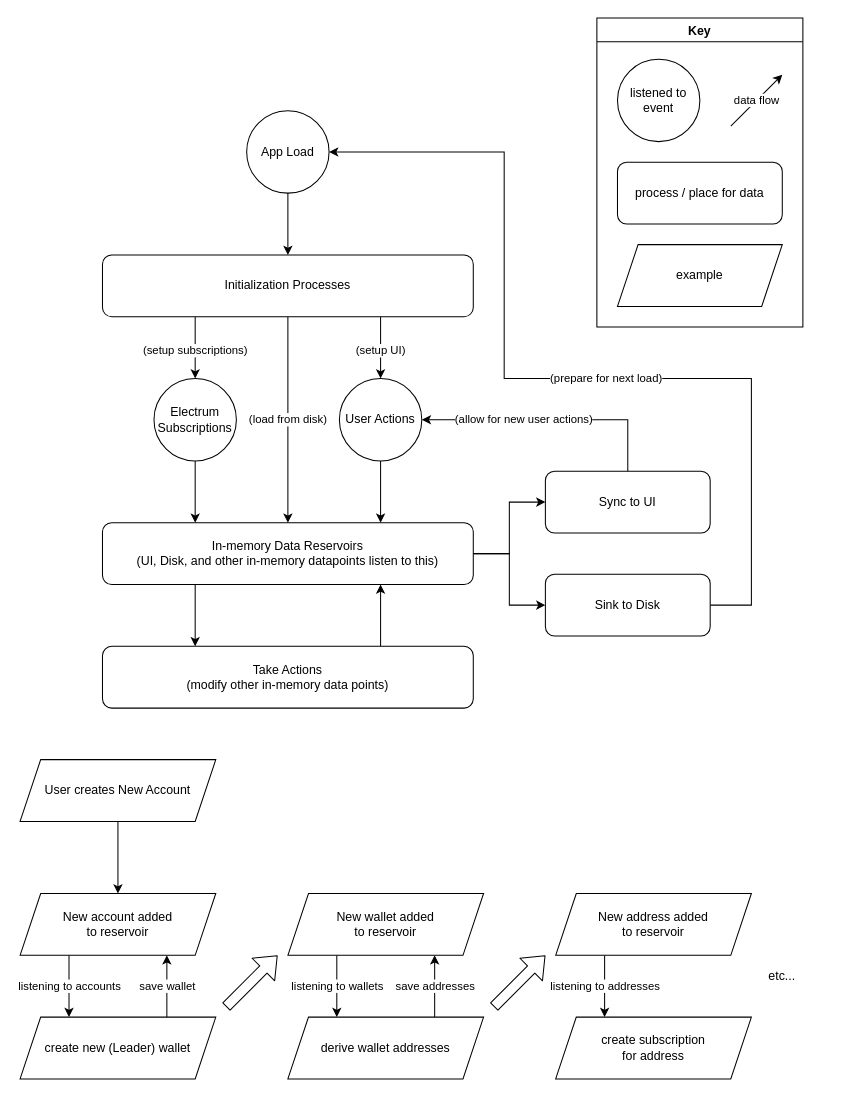
The draw.io diagram raven_back/docs/diagrams/reactive concept.drawio in moontreeapp/moontree, before the edit. Source tidied: cells renumbered, new cells numbered last; positions are measured from the earlier drawing's top-left corner, leaving out a move shared by most shapes. Both pictures are drawn from the tidied source at 103%, with x=0, y=0 at pixel (20, 18).
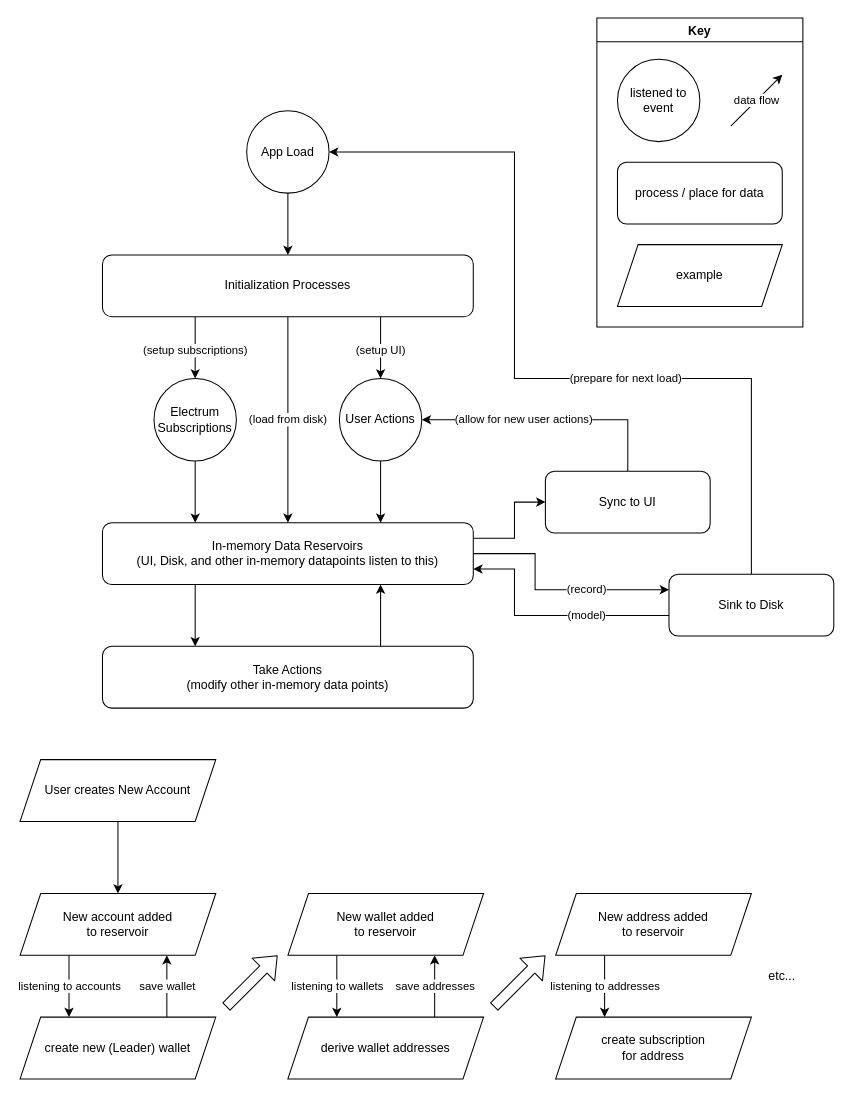
The same diagram, later.

The change refers to these unchanged cells:
```xml
<mxCell id="5" value="App Load" style="ellipse;whiteSpace=wrap;html=1;" parent="1" vertex="1">
  <mxGeometry x="220" y="90" width="80" height="80" as="geometry" />
</mxCell>
<mxCell id="11" value="In-memory Data Reservoirs&lt;br&gt;(UI, Disk, and other in-memory datapoints listen to this)" style="rounded=1;whiteSpace=wrap;html=1;" parent="1" vertex="1">
  <mxGeometry x="80" y="490" width="360" height="60" as="geometry" />
</mxCell>
<mxCell id="17" value="Sync to UI" style="whiteSpace=wrap;html=1;rounded=1;" parent="1" vertex="1">
  <mxGeometry x="510" y="440" width="160" height="60" as="geometry" />
</mxCell>
```

What changed in the source:
```diff
@@
-    <mxCell id="8" style="edgeStyle=orthogonalEdgeStyle;rounded=0;jettySize=auto;html=1;" parent="1" edge="1" source="11" target="13">
-      <mxGeometry relative="1" as="geometry" />
+    <mxCell id="8" value="(record)" style="edgeStyle=orthogonalEdgeStyle;rounded=0;jettySize=auto;html=1;entryX=0;entryY=0.25;entryDx=0;entryDy=0;" parent="1" edge="1" source="11" target="13">
+      <mxGeometry x="0.29" relative="1" as="geometry">
+        <Array as="points">
+          <mxPoint x="500" y="520" />
+          <mxPoint x="500" y="555" />
+        </Array>
+      </mxGeometry>
     </mxCell>
-    <mxCell id="9" style="edgeStyle=orthogonalEdgeStyle;rounded=0;jettySize=auto;html=1;entryX=0;entryY=0.5;entryDx=0;entryDy=0;" parent="1" edge="1" source="11" target="17">
-      <mxGeometry relative="1" as="geometry" />
+    <mxCell id="9" style="edgeStyle=orthogonalEdgeStyle;rounded=0;jettySize=auto;html=1;entryX=0;entryY=0.5;entryDx=0;entryDy=0;exitX=1;exitY=0.25;exitDx=0;exitDy=0;" parent="1" edge="1" source="11" target="17">
+      <mxGeometry relative="1" as="geometry">
+        <Array as="points">
+          <mxPoint x="480" y="505" />
+          <mxPoint x="480" y="470" />
+        </Array>
+      </mxGeometry>
     </mxCell>
@@
-    <mxCell id="12" value="(prepare for next load)" style="edgeStyle=orthogonalEdgeStyle;rounded=0;jettySize=auto;html=1;entryX=1;entryY=0.5;entryDx=0;entryDy=0;exitX=1;exitY=0.5;exitDx=0;exitDy=0;" parent="1" edge="1" source="13" target="5">
-      <mxGeometry x="-0.1" relative="1" as="geometry">
+    <mxCell id="12" value="(prepare for next load)" style="edgeStyle=orthogonalEdgeStyle;rounded=0;jettySize=auto;html=1;entryX=1;entryY=0.5;entryDx=0;entryDy=0;exitX=0.5;exitY=0;exitDx=0;exitDy=0;" parent="1" edge="1" source="13" target="5">
+      <mxGeometry x="-0.24" relative="1" as="geometry">
         <Array as="points">
-          <mxPoint x="710" y="570" />
           <mxPoint x="710" y="350" />
-          <mxPoint x="470" y="350" />
-          <mxPoint x="470" y="130" />
+          <mxPoint x="480" y="350" />
+          <mxPoint x="480" y="130" />
         </Array>
       </mxGeometry>
     </mxCell>
+    <mxCell id="43" value="(model)" style="edgeStyle=orthogonalEdgeStyle;rounded=0;jettySize=auto;html=1;entryX=1;entryY=0.75;entryDx=0;entryDy=0;" parent="1" edge="1" source="13" target="11">
+      <mxGeometry x="-0.32" relative="1" as="geometry">
+        <Array as="points">
+          <mxPoint x="480" y="580" />
+          <mxPoint x="480" y="535" />
+        </Array>
+      </mxGeometry>
+    </mxCell>
     <mxCell id="13" value="Sink to Disk" style="rounded=1;whiteSpace=wrap;html=1;" parent="1" vertex="1">
-      <mxGeometry x="510" y="540" width="160" height="60" as="geometry" />
+      <mxGeometry x="630" y="540" width="160" height="60" as="geometry" />
     </mxCell>
```
